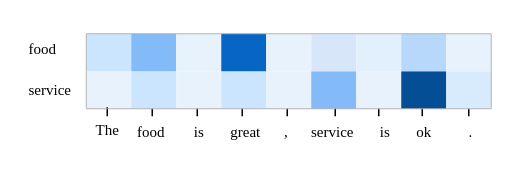
Earlier version of the draw.io diagram SemGCNAnalysis-b.drawio (zhaicao/images). Source tidied: cells renumbered, new cells numbered last; positions are measured from the earlier drawing's top-left corner, leaving out a move shared by most shapes. Both pictures are drawn from the tidied source at 150%, with x=0, y=0 at pixel (26, 26).
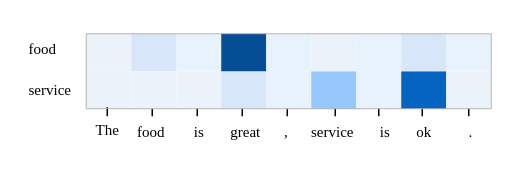
The same page after the edit.

Diff of the diagram source:
```diff
@@
-    <mxCell id="4" style="whiteSpace=wrap;html=1;strokeColor=none;fillColor=#E7F2FD;fontSize=10;fontFamily=Times New Roman;" parent="1" vertex="1">
+    <mxCell id="4" style="whiteSpace=wrap;html=1;strokeColor=none;fillColor=#ecf2f9;fontSize=10;fontFamily=Times New Roman;" parent="1" vertex="1">
       <mxGeometry x="40" y="30" width="30" height="25" as="geometry" />
     </mxCell>
-    <mxCell id="5" style="whiteSpace=wrap;html=1;fillColor=#CCE5FF;strokeColor=none;fontSize=10;fontFamily=Times New Roman;" parent="1" vertex="1">
+    <mxCell id="5" style="whiteSpace=wrap;html=1;fillColor=#ECF2F9;strokeColor=none;fontSize=10;fontFamily=Times New Roman;" parent="1" vertex="1">
       <mxGeometry x="70" y="30" width="30" height="25" as="geometry" />
     </mxCell>
-    <mxCell id="6" style="whiteSpace=wrap;html=1;strokeColor=none;fillColor=#E7F2FD;fontSize=10;fontFamily=Times New Roman;" parent="1" vertex="1">
+    <mxCell id="6" style="whiteSpace=wrap;html=1;strokeColor=none;fillColor=#ECF2F9;fontSize=10;fontFamily=Times New Roman;" parent="1" vertex="1">
       <mxGeometry x="100" y="30" width="30" height="25" as="geometry" />
     </mxCell>
-    <mxCell id="7" style="whiteSpace=wrap;html=1;fillColor=#CCE5FF;strokeColor=none;fontSize=10;fontFamily=Times New Roman;" parent="1" vertex="1">
+    <mxCell id="7" style="whiteSpace=wrap;html=1;fillColor=#D7E7F9;strokeColor=none;fontSize=10;fontFamily=Times New Roman;" parent="1" vertex="1">
       <mxGeometry x="130" y="30" width="30" height="25" as="geometry" />
     </mxCell>
@@
-    <mxCell id="9" style="whiteSpace=wrap;html=1;fillColor=#82BBF8;strokeColor=none;fontSize=10;fontFamily=Times New Roman;" parent="1" vertex="1">
+    <mxCell id="9" style="whiteSpace=wrap;html=1;fillColor=#96c8fd;strokeColor=none;fontSize=10;fontFamily=Times New Roman;" parent="1" vertex="1">
       <mxGeometry x="190" y="30" width="30" height="25" as="geometry" />
     </mxCell>
@@
-    <mxCell id="11" style="whiteSpace=wrap;html=1;fillColor=#044E96;strokeColor=none;fontSize=10;fontFamily=Times New Roman;" parent="1" vertex="1">
+    <mxCell id="11" style="whiteSpace=wrap;html=1;fillColor=#0563c2;strokeColor=none;fontSize=10;fontFamily=Times New Roman;" parent="1" vertex="1">
       <mxGeometry x="250" y="30" width="30" height="25" as="geometry" />
     </mxCell>
-    <mxCell id="12" style="whiteSpace=wrap;html=1;strokeColor=none;fillColor=#d8ebfd;fontSize=10;fontFamily=Times New Roman;" parent="1" vertex="1">
+    <mxCell id="12" style="whiteSpace=wrap;html=1;strokeColor=none;fillColor=#ECF2F9;fontSize=10;fontFamily=Times New Roman;" parent="1" vertex="1">
       <mxGeometry x="280" y="30" width="30" height="25" as="geometry" />
     </mxCell>
@@
-    <mxCell id="30" style="whiteSpace=wrap;html=1;strokeColor=none;fillColor=#CCE5FF;fontSize=10;fontFamily=Times New Roman;rounded=0;" parent="1" vertex="1">
+    <mxCell id="30" style="whiteSpace=wrap;html=1;strokeColor=none;fillColor=#ECF2F9;fontSize=10;fontFamily=Times New Roman;rounded=0;" parent="1" vertex="1">
       <mxGeometry x="40" y="5" width="30" height="25" as="geometry" />
     </mxCell>
-    <mxCell id="31" style="whiteSpace=wrap;html=1;fillColor=#82BBF8;strokeColor=none;fontSize=10;fontFamily=Times New Roman;rounded=0;" parent="1" vertex="1">
+    <mxCell id="31" style="whiteSpace=wrap;html=1;fillColor=#D7E7F9;strokeColor=none;fontSize=10;fontFamily=Times New Roman;rounded=0;" parent="1" vertex="1">
       <mxGeometry x="70" y="5" width="30" height="25" as="geometry" />
     </mxCell>
@@
-    <mxCell id="33" style="whiteSpace=wrap;html=1;fillColor=#0766c5;strokeColor=none;fontSize=10;fontFamily=Times New Roman;rounded=0;" parent="1" vertex="1">
+    <mxCell id="33" style="whiteSpace=wrap;html=1;fillColor=#044E96;strokeColor=none;fontSize=10;fontFamily=Times New Roman;rounded=0;" parent="1" vertex="1">
       <mxGeometry x="130" y="5" width="30" height="25" as="geometry" />
     </mxCell>
@@
-    <mxCell id="35" style="whiteSpace=wrap;html=1;fillColor=#D7E7F9;strokeColor=none;fontSize=10;fontFamily=Times New Roman;rounded=0;" parent="1" vertex="1">
+    <mxCell id="35" style="whiteSpace=wrap;html=1;fillColor=#ECF2F9;strokeColor=none;fontSize=10;fontFamily=Times New Roman;rounded=0;" parent="1" vertex="1">
       <mxGeometry x="190" y="5" width="30" height="25" as="geometry" />
     </mxCell>
-    <mxCell id="36" style="whiteSpace=wrap;html=1;strokeColor=none;fillColor=#e2f0fd;fontSize=10;fontFamily=Times New Roman;rounded=0;" parent="1" vertex="1">
+    <mxCell id="36" style="whiteSpace=wrap;html=1;strokeColor=none;fillColor=#E7F2FD;fontSize=10;fontFamily=Times New Roman;rounded=0;" parent="1" vertex="1">
       <mxGeometry x="220" y="5" width="30" height="25" as="geometry" />
     </mxCell>
-    <mxCell id="37" style="whiteSpace=wrap;html=1;fillColor=#b7d8fb;strokeColor=none;fontSize=10;fontFamily=Times New Roman;rounded=0;" parent="1" vertex="1">
+    <mxCell id="37" style="whiteSpace=wrap;html=1;fillColor=#D7E7F9;strokeColor=none;fontSize=10;fontFamily=Times New Roman;rounded=0;" parent="1" vertex="1">
       <mxGeometry x="250" y="5" width="30" height="25" as="geometry" />
     </mxCell>
```
